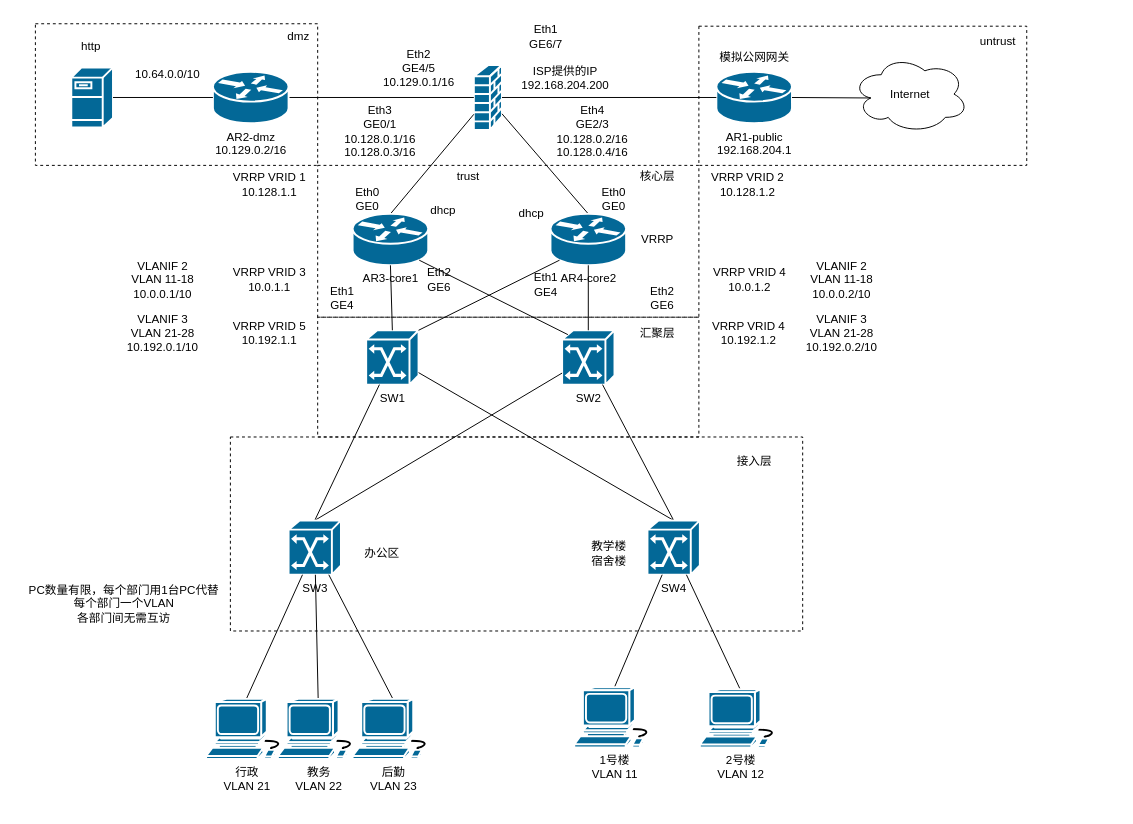
This is ne24.drawio from HPLZH/draw, a draw.io file, before an edit. Source tidied: cells renumbered, new cells numbered last; positions are measured from the earlier drawing's top-left corner, leaving out a move shared by most shapes. Both pictures are drawn from the tidied source at 97%, with x=0, y=0 at pixel (16, 16).
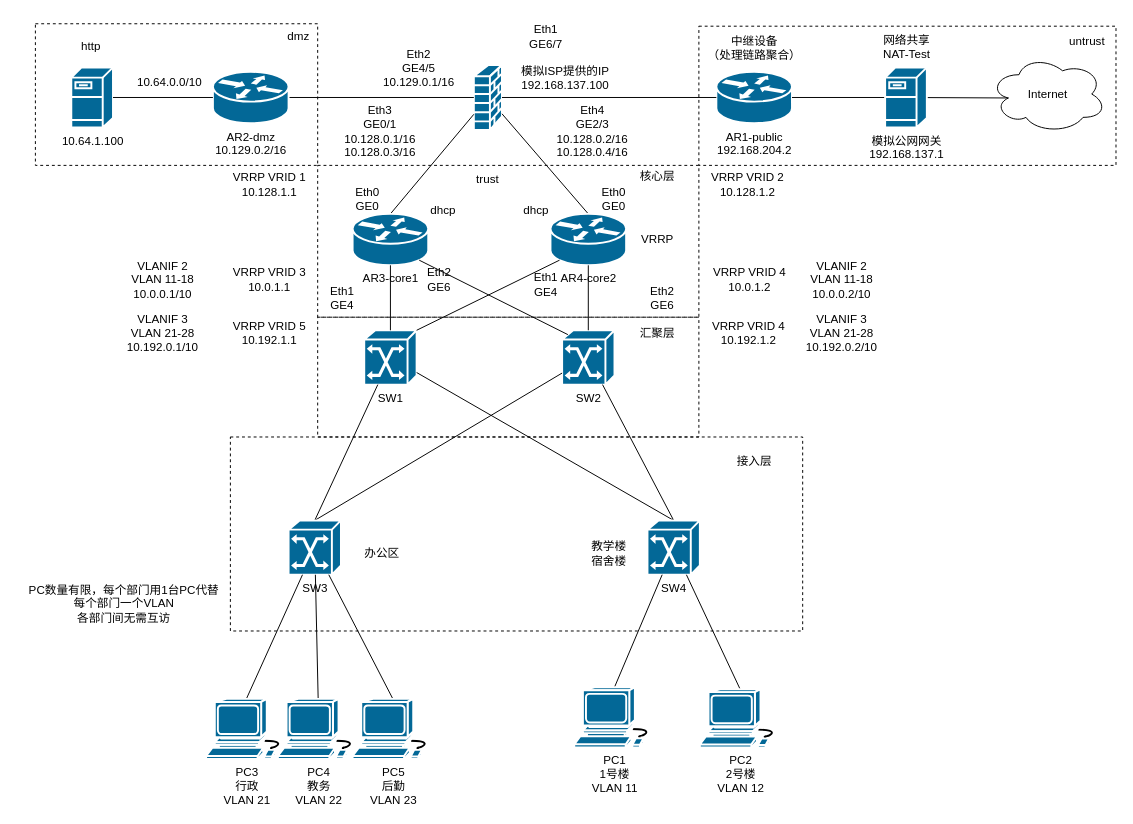
The same page after the edit.

Diff of the diagram source:
```diff
@@
     <mxCell id="3" style="whiteSpace=wrap;html=1;fillColor=none;dashed=1;" parent="1" vertex="1">
-      <mxGeometry x="703" y="9.5" width="338" height="143.5" as="geometry" />
+      <mxGeometry x="703" y="9.5" width="430" height="143.5" as="geometry" />
     </mxCell>
@@
-    <mxCell id="7" value="AR1-public&lt;div&gt;192.168.204.1&lt;/div&gt;" style="shape=mxgraph.cisco.routers.router;sketch=0;html=1;dashed=0;fillColor=#036897;strokeColor=#ffffff;strokeWidth=2;verticalLabelPosition=bottom;verticalAlign=top;align=center;outlineConnect=0;" parent="1" vertex="1">
+    <mxCell id="7" value="AR1-public&lt;div&gt;192.168.204.2&lt;/div&gt;" style="shape=mxgraph.cisco.routers.router;sketch=0;html=1;dashed=0;fillColor=#036897;strokeColor=#ffffff;strokeWidth=2;verticalLabelPosition=bottom;verticalAlign=top;align=center;outlineConnect=0;" parent="1" vertex="1">
       <mxGeometry x="721" y="56.5" width="78" height="53" as="geometry" />
     </mxCell>
+    <mxCell id="78" style="rounded=0;jettySize=auto;html=1;exitX=0.16;exitY=0.55;exitDx=0;exitDy=0;exitPerimeter=0;endArrow=none;endFill=0;" parent="1" edge="1" source="8" target="79">
+      <mxGeometry relative="1" as="geometry" />
+    </mxCell>
     <mxCell id="8" value="Internet" style="ellipse;shape=cloud;whiteSpace=wrap;html=1;" parent="1" vertex="1">
-      <mxGeometry x="861" y="39.5" width="120" height="80" as="geometry" />
+      <mxGeometry x="1003" y="39.5" width="120" height="80" as="geometry" />
     </mxCell>
-    <mxCell id="9" style="rounded=0;jettySize=auto;html=1;exitX=1;exitY=0.5;exitDx=0;exitDy=0;exitPerimeter=0;entryX=0.16;entryY=0.55;entryDx=0;entryDy=0;entryPerimeter=0;endArrow=none;endFill=0;" parent="1" edge="1" source="7" target="8">
+    <mxCell id="9" style="rounded=0;jettySize=auto;html=1;exitX=1;exitY=0.5;exitDx=0;exitDy=0;exitPerimeter=0;endArrow=none;endFill=0;" parent="1" edge="1" source="7" target="79">
       <mxGeometry relative="1" as="geometry" />
     </mxCell>
@@
-    <mxCell id="12" style="shape=mxgraph.cisco.servers.fileserver;sketch=0;html=1;dashed=0;fillColor=#036897;strokeColor=#ffffff;strokeWidth=2;verticalLabelPosition=bottom;verticalAlign=top;align=center;outlineConnect=0;" parent="1" vertex="1">
+    <mxCell id="12" value="10.64.1.100" style="shape=mxgraph.cisco.servers.fileserver;sketch=0;html=1;dashed=0;fillColor=#036897;strokeColor=#ffffff;strokeWidth=2;verticalLabelPosition=bottom;verticalAlign=top;align=center;outlineConnect=0;" parent="1" vertex="1">
       <mxGeometry x="56" y="52" width="43" height="62" as="geometry" />
     </mxCell>
@@
     <mxCell id="14" value="SW1" style="shape=mxgraph.cisco.switches.atm_switch;sketch=0;html=1;dashed=0;fillColor=#036897;strokeColor=#ffffff;strokeWidth=2;verticalLabelPosition=bottom;verticalAlign=top;align=center;outlineConnect=0;" parent="1" vertex="1">
-      <mxGeometry x="360" y="323" width="54" height="56" as="geometry" />
+      <mxGeometry x="358" y="323" width="54" height="56" as="geometry" />
     </mxCell>
@@
-    <mxCell id="32" value="行政&lt;div&gt;VLAN 21&lt;/div&gt;" style="shape=mxgraph.cisco.computers_and_peripherals.workstation;sketch=0;html=1;dashed=0;fillColor=#036897;strokeColor=#ffffff;strokeWidth=2;verticalLabelPosition=bottom;verticalAlign=top;align=center;outlineConnect=0;" parent="1" vertex="1">
+    <mxCell id="32" value="&lt;div&gt;PC3&lt;/div&gt;行政&lt;div&gt;VLAN 21&lt;/div&gt;" style="shape=mxgraph.cisco.computers_and_peripherals.workstation;sketch=0;html=1;dashed=0;fillColor=#036897;strokeColor=#ffffff;strokeWidth=2;verticalLabelPosition=bottom;verticalAlign=top;align=center;outlineConnect=0;" parent="1" vertex="1">
       <mxGeometry x="195" y="703" width="83" height="62" as="geometry" />
     </mxCell>
@@
-    <mxCell id="34" value="&lt;div&gt;教务&lt;/div&gt;&lt;div&gt;VLAN 22&lt;/div&gt;" style="shape=mxgraph.cisco.computers_and_peripherals.workstation;sketch=0;html=1;dashed=0;fillColor=#036897;strokeColor=#ffffff;strokeWidth=2;verticalLabelPosition=bottom;verticalAlign=top;align=center;outlineConnect=0;" parent="1" vertex="1">
+    <mxCell id="34" value="&lt;div&gt;PC4&lt;/div&gt;&lt;div&gt;教务&lt;/div&gt;&lt;div&gt;VLAN 22&lt;/div&gt;" style="shape=mxgraph.cisco.computers_and_peripherals.workstation;sketch=0;html=1;dashed=0;fillColor=#036897;strokeColor=#ffffff;strokeWidth=2;verticalLabelPosition=bottom;verticalAlign=top;align=center;outlineConnect=0;" parent="1" vertex="1">
       <mxGeometry x="269" y="703" width="83" height="62" as="geometry" />
     </mxCell>
@@
-    <mxCell id="36" value="1号楼&lt;div&gt;VLAN 11&lt;/div&gt;" style="shape=mxgraph.cisco.computers_and_peripherals.workstation;sketch=0;html=1;dashed=0;fillColor=#036897;strokeColor=#ffffff;strokeWidth=2;verticalLabelPosition=bottom;verticalAlign=top;align=center;outlineConnect=0;" parent="1" vertex="1">
+    <mxCell id="36" value="&lt;div&gt;PC1&lt;/div&gt;1号楼&lt;div&gt;VLAN 11&lt;/div&gt;" style="shape=mxgraph.cisco.computers_and_peripherals.workstation;sketch=0;html=1;dashed=0;fillColor=#036897;strokeColor=#ffffff;strokeWidth=2;verticalLabelPosition=bottom;verticalAlign=top;align=center;outlineConnect=0;" parent="1" vertex="1">
       <mxGeometry x="574.5" y="691" width="83" height="62" as="geometry" />
     </mxCell>
@@
-    <mxCell id="38" value="2号楼&lt;div&gt;VLAN 12&lt;/div&gt;" style="shape=mxgraph.cisco.computers_and_peripherals.workstation;sketch=0;html=1;dashed=0;fillColor=#036897;strokeColor=#ffffff;strokeWidth=2;verticalLabelPosition=bottom;verticalAlign=top;align=center;outlineConnect=0;" parent="1" vertex="1">
+    <mxCell id="38" value="&lt;div&gt;PC2&lt;/div&gt;2号楼&lt;div&gt;VLAN 12&lt;/div&gt;" style="shape=mxgraph.cisco.computers_and_peripherals.workstation;sketch=0;html=1;dashed=0;fillColor=#036897;strokeColor=#ffffff;strokeWidth=2;verticalLabelPosition=bottom;verticalAlign=top;align=center;outlineConnect=0;" parent="1" vertex="1">
       <mxGeometry x="704" y="693" width="83" height="60" as="geometry" />
     </mxCell>
@@
     <mxCell id="40" value="trust" style="text;html=1;align=center;verticalAlign=middle;strokeColor=none;fillColor=none;" parent="1" vertex="1">
-      <mxGeometry x="439.5" y="149.5" width="50" height="30" as="geometry" />
+      <mxGeometry x="460" y="153" width="50" height="30" as="geometry" />
     </mxCell>
     <mxCell id="41" value="untrust" style="text;html=1;align=center;verticalAlign=middle;strokeColor=none;fillColor=none;" parent="1" vertex="1">
-      <mxGeometry x="981" y="9.5" width="60" height="30" as="geometry" />
+      <mxGeometry x="1073" y="10" width="60" height="30" as="geometry" />
     </mxCell>
@@
     <mxCell id="50" value="10.64.0.0/10" style="text;html=1;align=center;verticalAlign=middle;strokeColor=none;fillColor=none;" parent="1" vertex="1">
-      <mxGeometry x="110" y="44" width="90" height="30" as="geometry" />
+      <mxGeometry x="112" y="53" width="90" height="30" as="geometry" />
     </mxCell>
-    <mxCell id="51" value="ISP提供的IP&lt;div&gt;192.168.204.200&lt;/div&gt;" style="text;html=1;align=center;verticalAlign=middle;strokeColor=none;fillColor=none;" parent="1" vertex="1">
+    <mxCell id="51" value="模拟ISP提供的IP&lt;div&gt;192.168.137.100&lt;/div&gt;" style="text;html=1;align=center;verticalAlign=middle;strokeColor=none;fillColor=none;" parent="1" vertex="1">
       <mxGeometry x="510" y="43" width="110" height="40" as="geometry" />
     </mxCell>
@@
     <mxCell id="54" value="dhcp" style="text;html=1;align=center;verticalAlign=middle;strokeColor=none;fillColor=none;" parent="1" vertex="1">
-      <mxGeometry x="505" y="188" width="50" height="30" as="geometry" />
+      <mxGeometry x="510" y="184.5" width="50" height="30" as="geometry" />
     </mxCell>
@@
-    <mxCell id="56" value="&lt;div&gt;后勤&lt;/div&gt;&lt;div&gt;&lt;span style=&quot;background-color: initial;&quot;&gt;VLAN 23&lt;/span&gt;&lt;/div&gt;" style="shape=mxgraph.cisco.computers_and_peripherals.workstation;sketch=0;html=1;dashed=0;fillColor=#036897;strokeColor=#ffffff;strokeWidth=2;verticalLabelPosition=bottom;verticalAlign=top;align=center;outlineConnect=0;" parent="1" vertex="1">
+    <mxCell id="56" value="&lt;div&gt;PC5&lt;/div&gt;&lt;div&gt;后勤&lt;/div&gt;&lt;div&gt;&lt;span style=&quot;background-color: initial;&quot;&gt;VLAN 23&lt;/span&gt;&lt;/div&gt;" style="shape=mxgraph.cisco.computers_and_peripherals.workstation;sketch=0;html=1;dashed=0;fillColor=#036897;strokeColor=#ffffff;strokeWidth=2;verticalLabelPosition=bottom;verticalAlign=top;align=center;outlineConnect=0;" parent="1" vertex="1">
       <mxGeometry x="346" y="703" width="83" height="62" as="geometry" />
     </mxCell>
@@
-    <mxCell id="77" value="模拟公网网关" style="text;html=1;align=center;verticalAlign=middle;strokeColor=none;fillColor=none;" parent="1" vertex="1">
-      <mxGeometry x="710" y="26.5" width="100" height="30" as="geometry" />
+    <mxCell id="77" value="中继设备&lt;div&gt;（处理链路聚合）&lt;/div&gt;" style="text;html=1;align=center;verticalAlign=middle;strokeColor=none;fillColor=none;" parent="1" vertex="1">
+      <mxGeometry x="700" y="12" width="120" height="40" as="geometry" />
     </mxCell>
+    <mxCell id="79" value="&lt;div&gt;模拟公网网关&lt;/div&gt;192.168.137.1" style="shape=mxgraph.cisco.servers.fileserver;sketch=0;html=1;dashed=0;fillColor=#036897;strokeColor=#ffffff;strokeWidth=2;verticalLabelPosition=bottom;verticalAlign=top;align=center;outlineConnect=0;" parent="1" vertex="1">
+      <mxGeometry x="895" y="52" width="43" height="62" as="geometry" />
+    </mxCell>
+    <mxCell id="80" value="网络共享&lt;div&gt;NAT-Test&lt;/div&gt;" style="text;html=1;align=center;verticalAlign=middle;strokeColor=none;fillColor=none;" parent="1" vertex="1">
+      <mxGeometry x="881.5" y="11" width="70" height="40" as="geometry" />
+    </mxCell>
```
